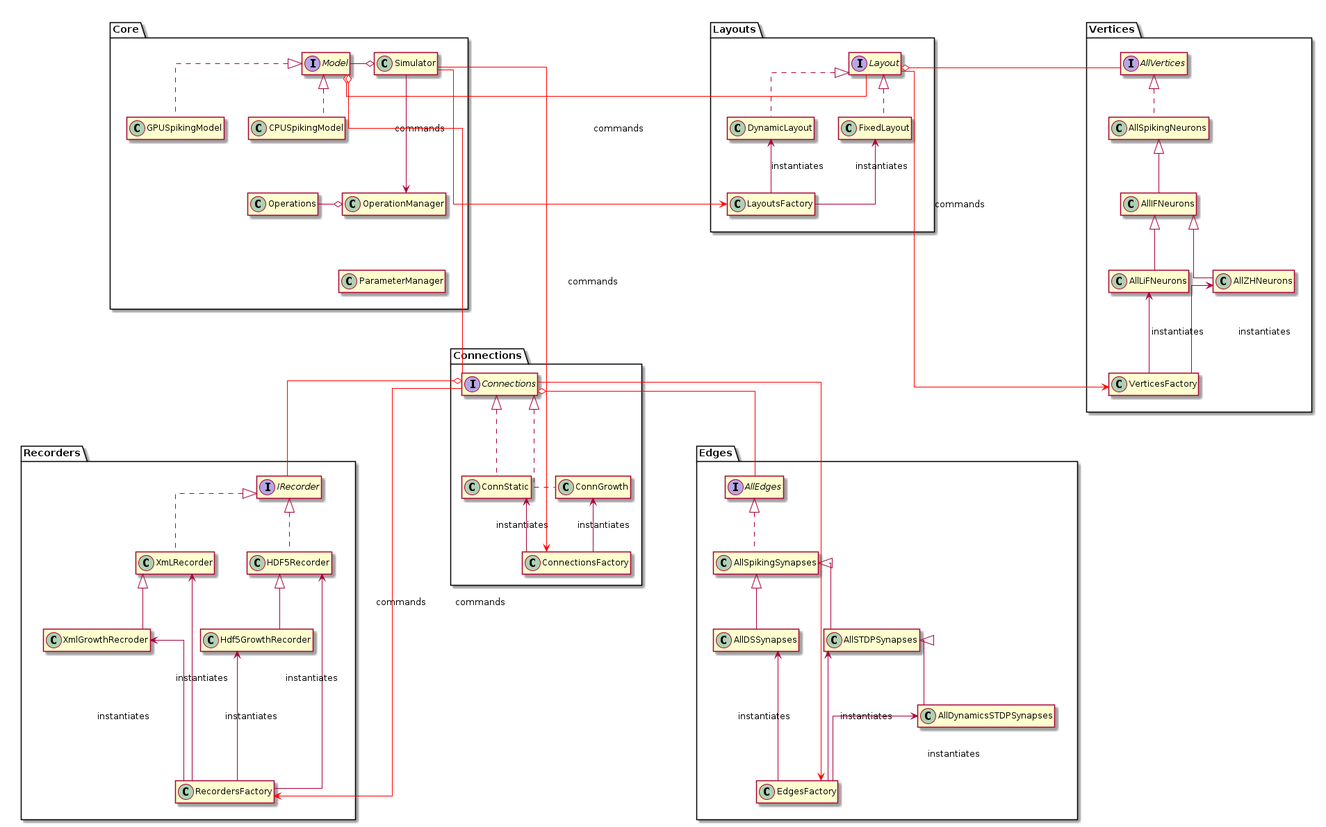
Above: docs/Developer/ClassDiagrams/diagrams/package UML.png in UWB-Biocomputing/Graphitti (PlantUML), before the change.
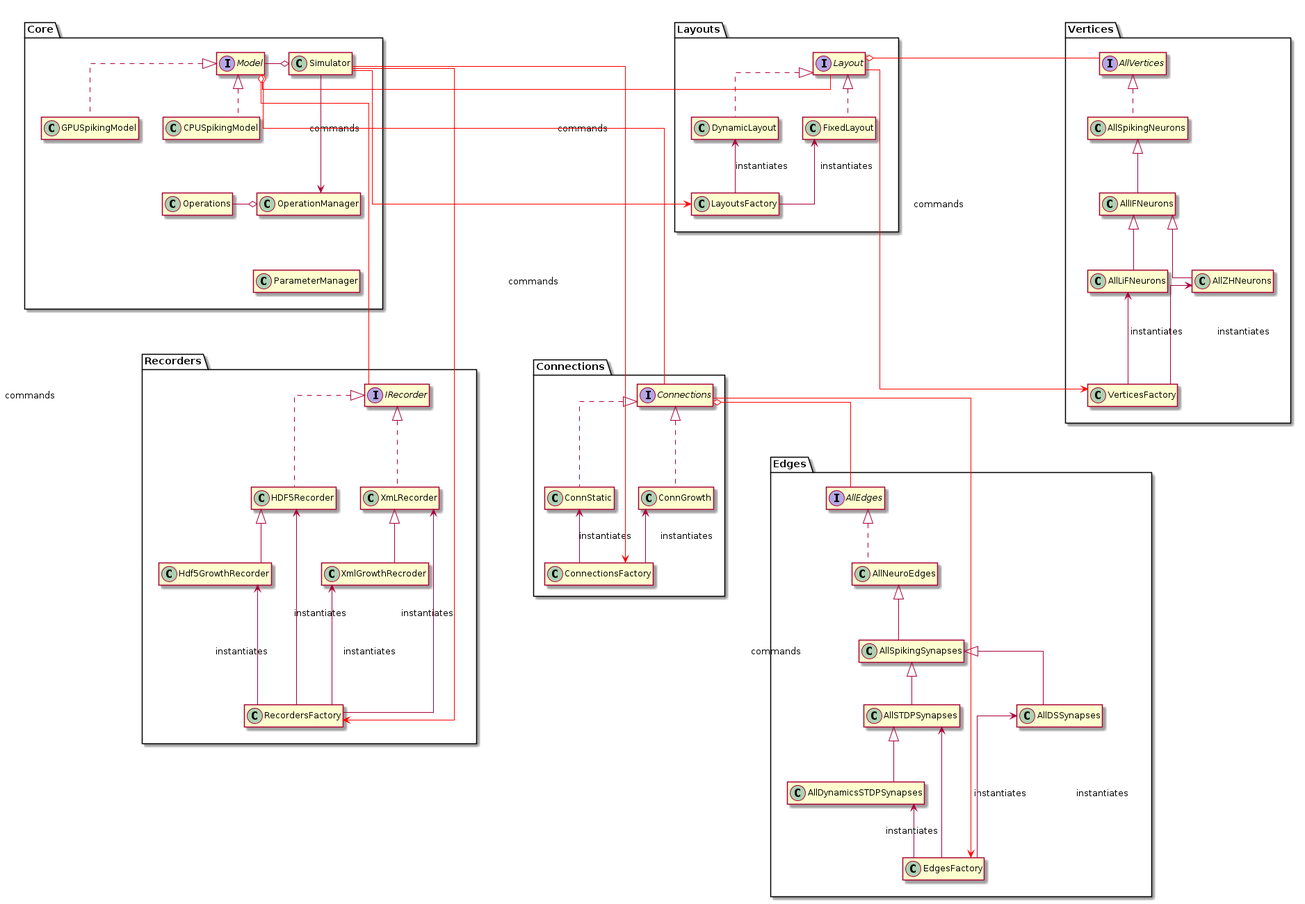
Later version of the same file.

What changed in the source:
```diff
@@ -59,7 +59,8 @@
 }
 
 package Edges{
-   class AllSpikingSynapses implements AllEdges
+   class AllNeuroEdges implements AllEdges
+   class AllSpikingSynapses extends AllNeuroEdges
    class AllSTDPSynapses extends AllSpikingSynapses
    class AllDSSynapses extends AllSpikingSynapses
    class AllDynamicsSTDPSynapses extends AllSTDPSynapses
@@ -71,15 +72,15 @@
 
 Simulator -[#red]-> LayoutsFactory : commands
 Simulator -[#red]----> ConnectionsFactory: commands
+Simulator -[#red]----> RecordersFactory: commands
 Model o-[#red] Layout
-Model o-[#red]--- Connections
+Model o-[#red]-- Connections
+Model o-[#red]--- IRecorder
 
 Layout o-[#red] AllVertices
 Layout -[#red]---> VerticesFactory : commands
 
-Connections o-[#red]- IRecorder
 Connections o-[#red]- AllEdges
-Connections -[#red]---> RecordersFactory : commands
 Connections -[#red]---> EdgesFactory : commands
 
 Core -[hidden]right>  Layouts
```
